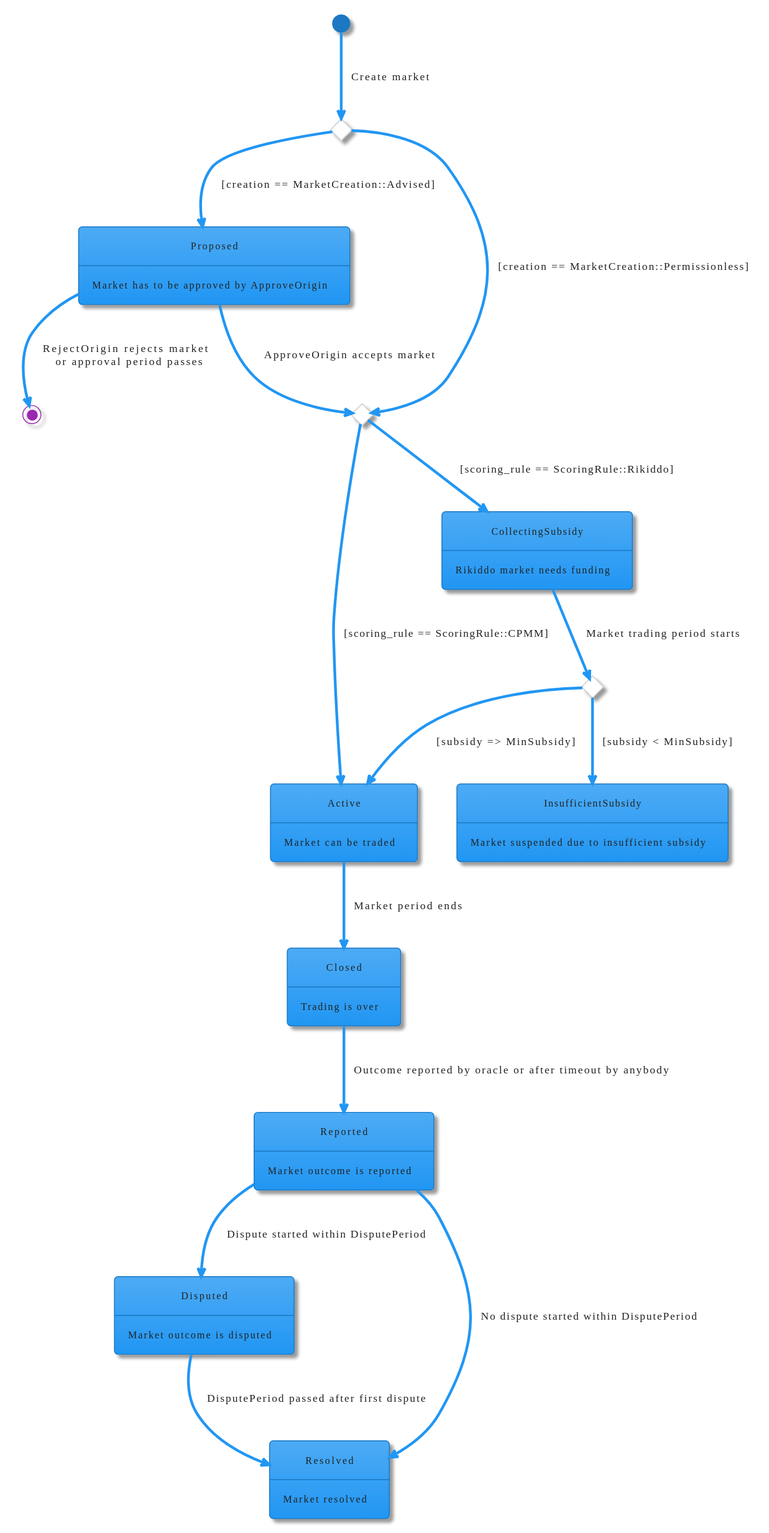
The PlantUML diagram docs/diagrams/svg/market_state_diagram.svg in zeitgeistpm/zeitgeist, before a commit.
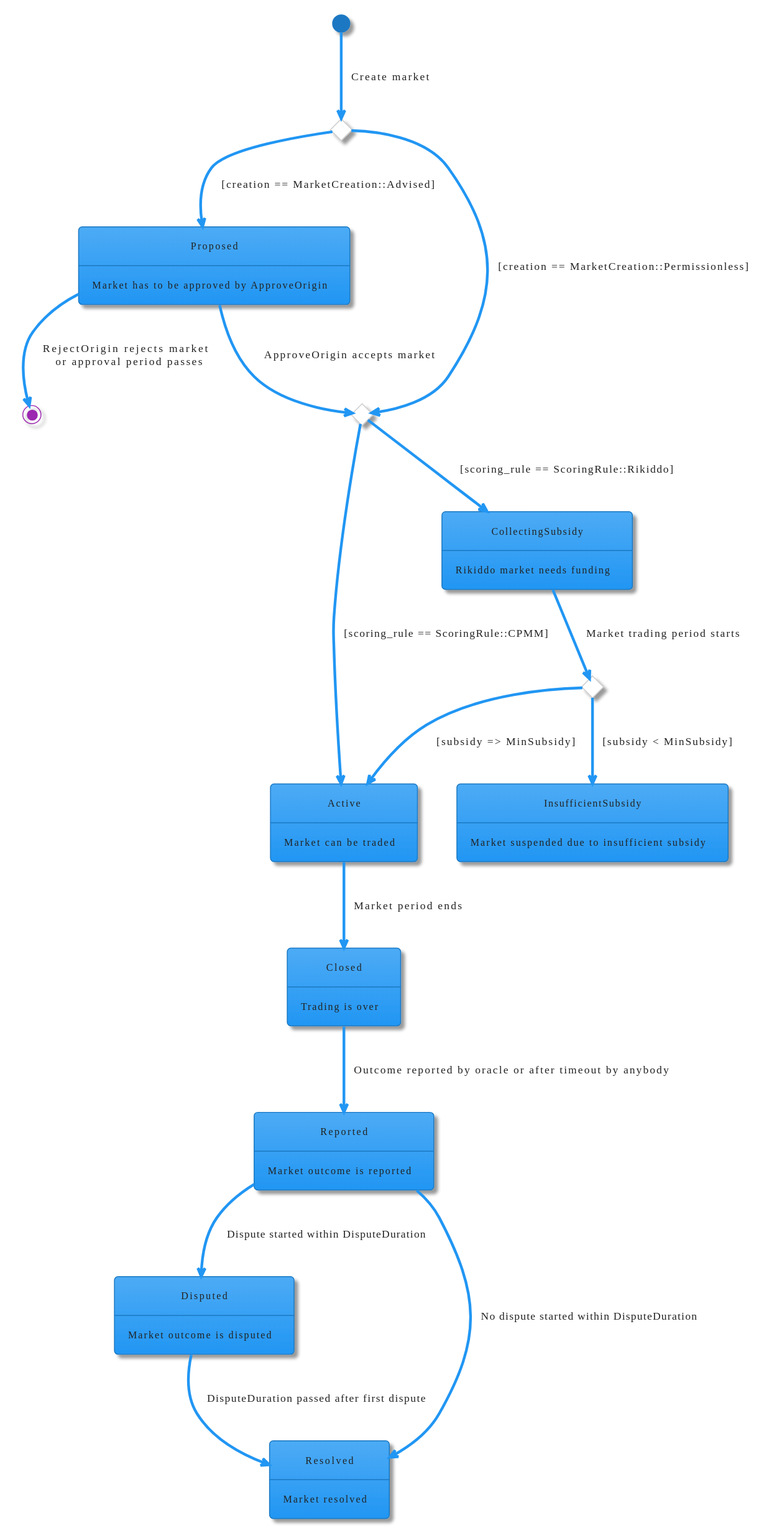
After the change.

Commit message:
Rename DisputePeriod to DisputeDuration

The edit, as a diff of the source:
```diff
@@ -31,8 +31,8 @@
 Active --> Closed: Market period ends
 Closed --> Reported : Outcome reported by oracle or after timeout by anybody
 
-Reported --> Disputed : Dispute started within DisputePeriod
-Reported --> Resolved : No dispute started within DisputePeriod
+Reported --> Disputed : Dispute started within DisputeDuration
+Reported --> Resolved : No dispute started within DisputeDuration
 
-Disputed --> Resolved : DisputePeriod passed after first dispute
+Disputed --> Resolved : DisputeDuration passed after first dispute
 @enduml
```
